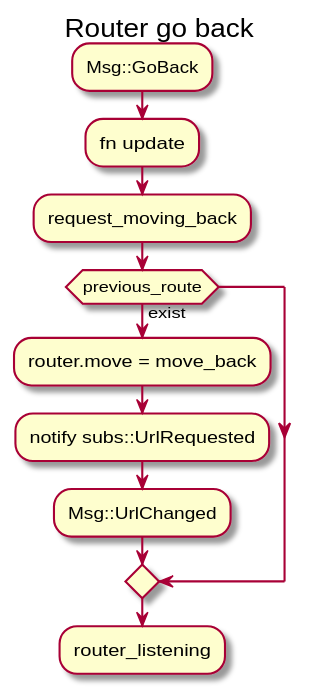
arn-the-long-beard/seed-routing keeps this PlantUML diagram as assets/router_go_back.svg. Above is the earlier version.
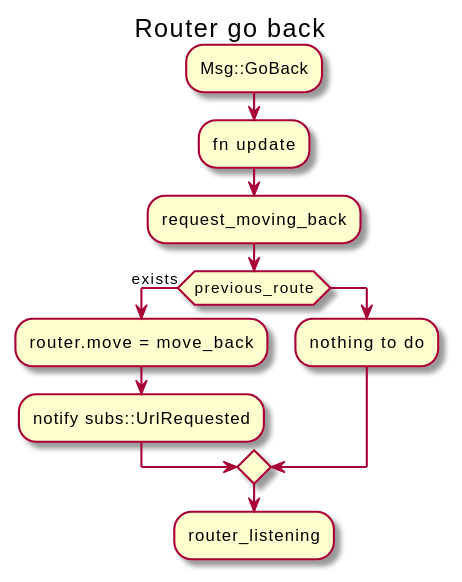
The same diagram one commit later.

Commit message:
doc: updated router go back and forward uml

Change to the diagram source:
```diff
@@ -1,4 +1,5 @@
 @startuml
+
 title Router go back
 
 :Msg::GoBack;
@@ -7,10 +8,11 @@
 
 :request_moving_back;
 
-if(previous_route) then (exist)
+if(previous_route) then (exists)
     :router.move = move_back;
     :notify subs::UrlRequested;
-    :Msg::UrlChanged;
+else
+:nothing to do;
 endif
 :router_listening;
 @enduml
```
